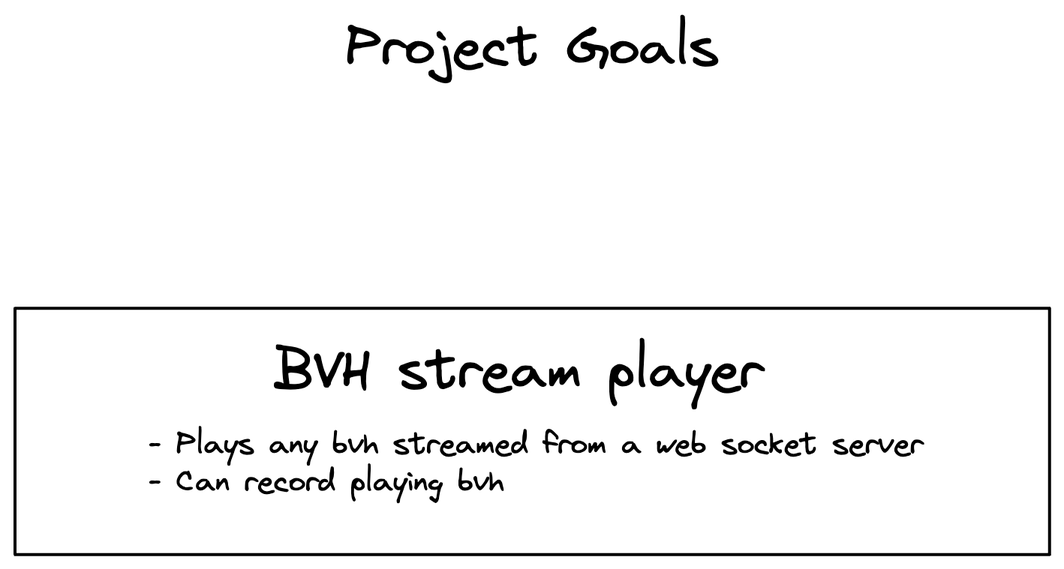
Earlier version of the Excalidraw export movementStream.excalidraw.png (Movement-Stream/Movement-Stream.github.io). Source tidied: one line per element, renumbered; positions are measured from the earlier drawing's top-left corner, leaving out a move shared by most shapes.
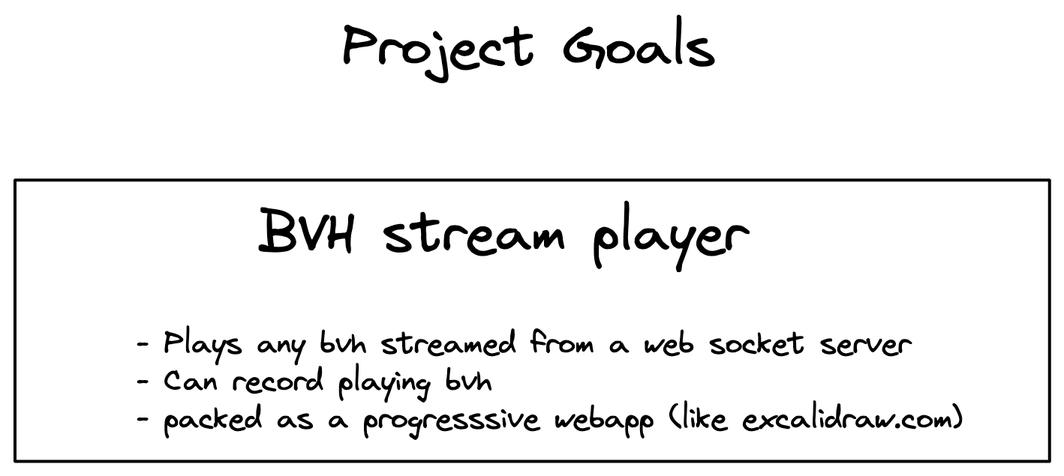
The same file after the commit.

Diff of the diagram source:
```diff
@@ -1,4 +1,4 @@
 {"id": 0, "type": "text", "text": "Project Goals", "strokeColor": "#000000", "strokeWidth": 1, "roughness": 1, "fontSize": 36, "fontFamily": 1, "x": 220, "y": 0, "width": 251, "height": 46}
-{"id": 1, "type": "rectangle", "strokeColor": "#000000", "strokeWidth": 2, "roughness": 0, "x": 0, "y": 196, "width": 689, "height": 164}
+{"id": 1, "type": "rectangle", "strokeColor": "#000000", "strokeWidth": 2, "roughness": 0, "x": 2, "y": 110, "width": 689, "height": 188}
-{"id": 2, "type": "text", "text": "BVH stream player", "strokeColor": "#000000", "strokeWidth": 2, "roughness": 0, "fontSize": 36, "fontFamily": 1, "x": 173, "y": 215, "width": 328, "height": 46}
+{"id": 2, "type": "text", "text": "BVH stream player", "strokeColor": "#000000", "strokeWidth": 2, "roughness": 0, "fontSize": 36, "fontFamily": 1, "x": 165, "y": 124, "width": 328, "height": 46}
-{"id": 3, "type": "text", "text": "- Plays any bvh streamed from a web socket server\n- Can record playing bvh", "strokeColor": "#000000", "strokeWidth": 2, "roughness": 0, "fontSize": 20, "fontFamily": 1, "x": 89, "y": 274, "width": 517, "height": 50}
+{"id": 3, "type": "text", "text": "- Plays any bvh streamed from a web socket server\n- Can record playing bvh\n- packed as a progresssive webapp (like excalidraw.com)", "strokeColor": "#000000", "strokeWidth": 2, "roughness": 0, "fontSize": 20, "fontFamily": 1, "x": 83, "y": 207, "width": 552, "height": 75}
```
